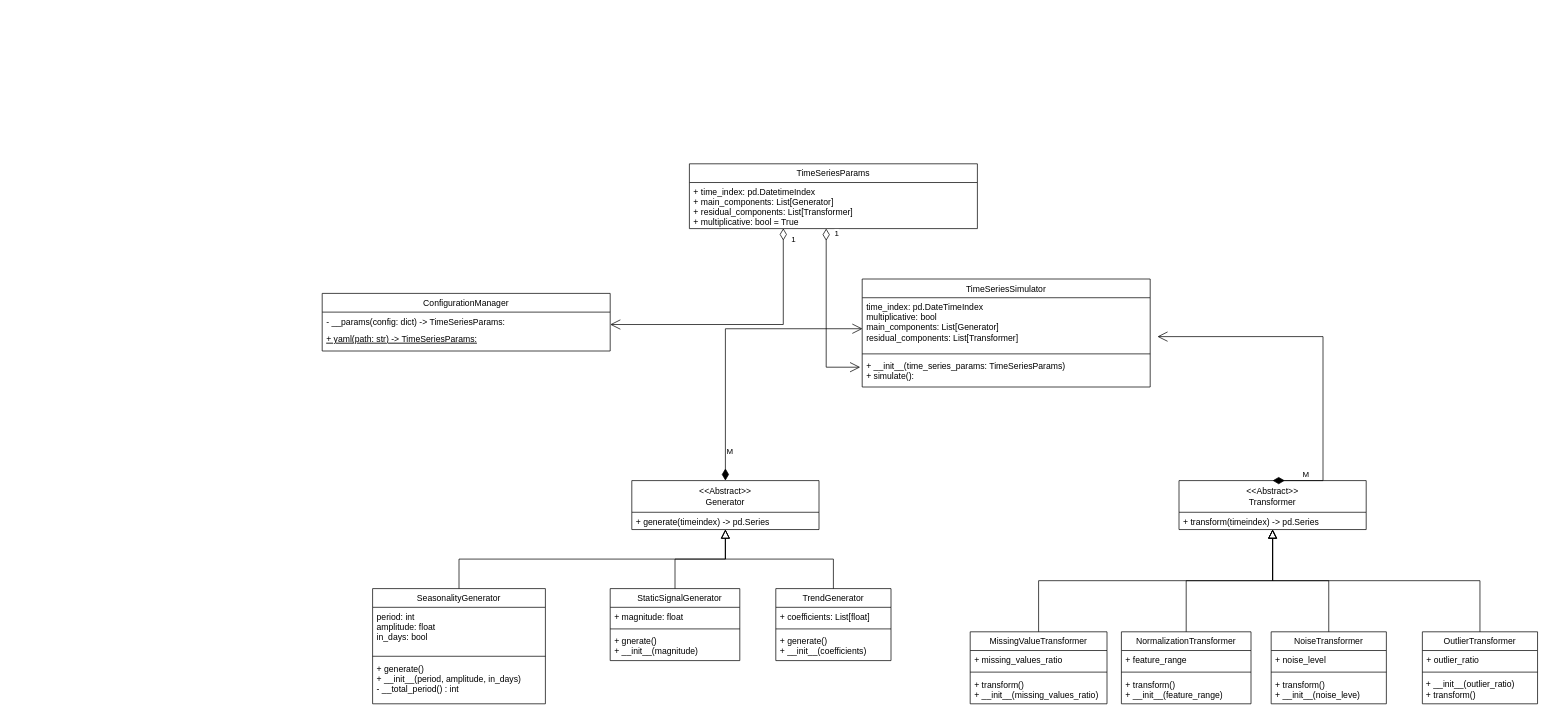
Before: SWE principles/timeseries_simulator.drawio in MMostafa-Hub/GS-Headway-Data-Track, a draw.io diagram. Source tidied: cells renumbered, new cells numbered last; positions are measured from the earlier drawing's top-left corner, leaving out a move shared by most shapes. Both pictures are drawn from the tidied source at 72%, with x=0, y=0 at pixel (322, 163).
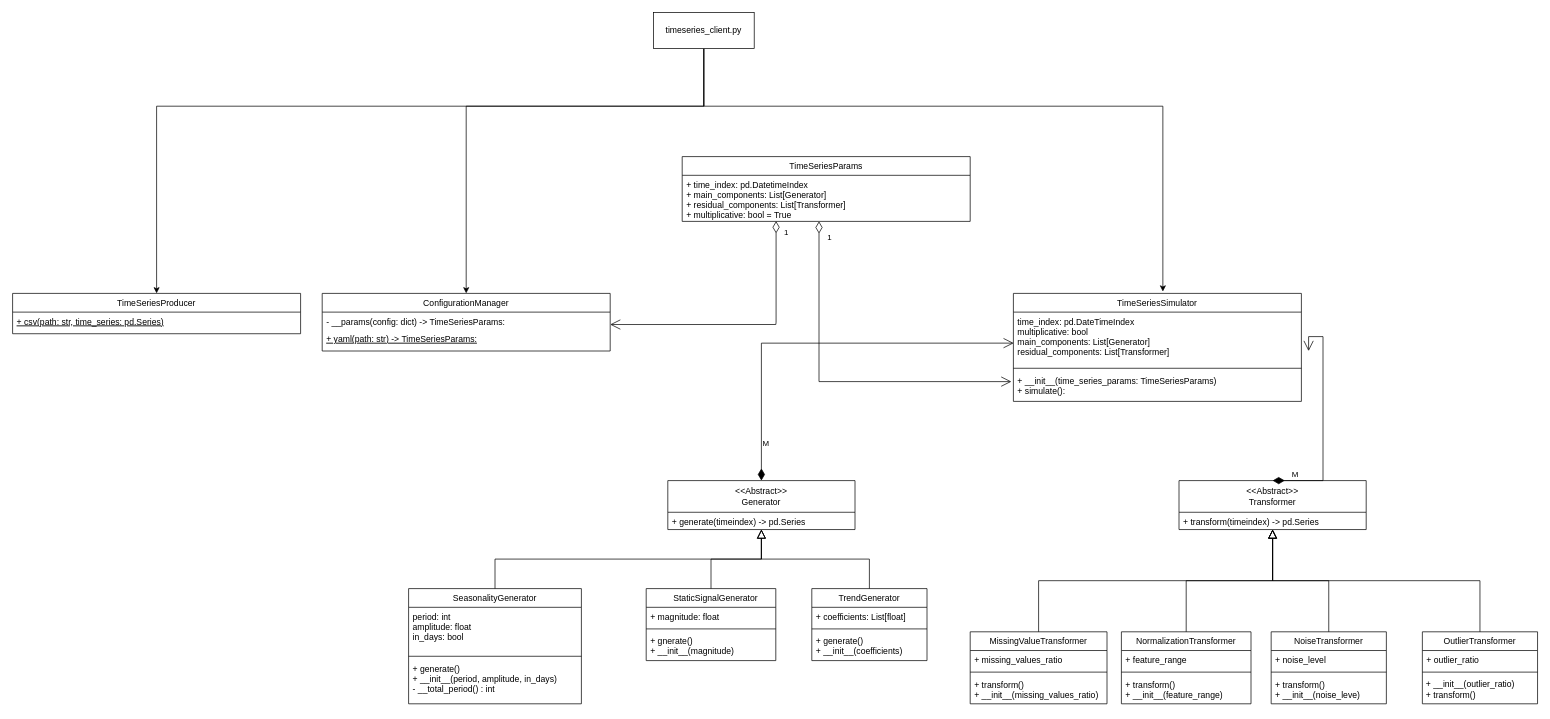
The same diagram, later.

Commit message:
Finalize the UML diagram

The change refers to these unchanged cells:
```xml
<mxCell id="5" value="+ __init__(time_series_params: TimeSeriesParams) &#10;+ simulate(): &#10;" style="text;align=left;verticalAlign=top;spacingLeft=4;spacingRight=4;overflow=hidden;points=[[0,0.5],[1,0.5]];portConstraint=eastwest;" parent="2" vertex="1">
  <mxGeometry y="108" width="400" height="40" as="geometry" />
</mxCell>
<mxCell id="47" value="ConfigurationManager" style="swimlane;fontStyle=0;align=center;verticalAlign=top;horizontal=1;startSize=26;rounded=0;shadow=0;strokeWidth=1;" parent="1" vertex="1">
  <mxGeometry y="180" width="400" height="80" as="geometry" />
</mxCell>
<mxCell id="48" value="- __params(config: dict) -&gt; TimeSeriesParams:&#10;" style="text;align=left;verticalAlign=top;spacingLeft=4;spacingRight=4;overflow=hidden;points=[[0,0.5],[1,0.5]];portConstraint=eastwest;" parent="47" vertex="1">
  <mxGeometry y="26" width="400" height="24" as="geometry" />
</mxCell>
<mxCell id="51" value="+ time_index: pd.DatetimeIndex&#10;+ main_components: List[Generator]&#10;+ residual_components: List[Transformer]&#10;+ multiplicative: bool = True" style="text;align=left;verticalAlign=top;spacingLeft=4;spacingRight=4;overflow=hidden;points=[[0,0.5],[1,0.5]];portConstraint=eastwest;" parent="50" vertex="1">
  <mxGeometry y="26" width="400" height="64" as="geometry" />
</mxCell>
```

The edit, as a diff of the source:
```diff
@@
     <mxCell id="2" value="TimeSeriesSimulator" style="swimlane;fontStyle=0;align=center;verticalAlign=top;horizontal=1;startSize=26;rounded=0;shadow=0;strokeWidth=1;" parent="1" vertex="1">
-      <mxGeometry x="750" y="160" width="400" height="150" as="geometry" />
+      <mxGeometry x="960" y="180" width="400" height="150" as="geometry" />
     </mxCell>
@@
     <mxCell id="29" value="TrendGenerator" style="swimlane;fontStyle=0;align=center;verticalAlign=top;horizontal=1;startSize=26;rounded=0;shadow=0;strokeWidth=1;" parent="1" vertex="1">
-      <mxGeometry x="630" y="590" width="160" height="100" as="geometry" />
+      <mxGeometry x="680" y="590" width="160" height="100" as="geometry" />
     </mxCell>
@@
     <mxCell id="34" value="&amp;lt;&amp;lt;Abstract&amp;gt;&amp;gt;&lt;br&gt;Generator" style="swimlane;fontStyle=0;horizontal=1;startSize=44;fillColor=none;whiteSpace=wrap;html=1;" parent="1" vertex="1">
-      <mxGeometry x="430" y="440" width="260" height="68" as="geometry" />
+      <mxGeometry x="480" y="440" width="260" height="68" as="geometry" />
     </mxCell>
@@
     <mxCell id="36" value="    StaticSignalGenerator" style="swimlane;fontStyle=0;align=center;verticalAlign=top;horizontal=1;startSize=26;rounded=0;shadow=0;strokeWidth=1;" parent="1" vertex="1">
-      <mxGeometry x="400" y="590" width="180" height="100" as="geometry" />
+      <mxGeometry x="450" y="590" width="180" height="100" as="geometry" />
     </mxCell>
@@
     <mxCell id="41" value="SeasonalityGenerator" style="swimlane;fontStyle=0;align=center;verticalAlign=top;horizontal=1;startSize=26;rounded=0;shadow=0;strokeWidth=1;" parent="1" vertex="1">
-      <mxGeometry x="70" y="590" width="240" height="160" as="geometry" />
+      <mxGeometry x="120" y="590" width="240" height="160" as="geometry" />
     </mxCell>
@@
     <mxCell id="50" value="TimeSeriesParams" style="swimlane;fontStyle=0;align=center;verticalAlign=top;horizontal=1;startSize=26;rounded=0;shadow=0;strokeWidth=1;" parent="1" vertex="1">
-      <mxGeometry x="510" width="400" height="90" as="geometry" />
+      <mxGeometry x="500" y="-10" width="400" height="90" as="geometry" />
     </mxCell>
@@
     <mxCell id="52" value="1" style="endArrow=open;html=1;endSize=12;startArrow=diamondThin;startSize=14;startFill=0;edgeStyle=orthogonalEdgeStyle;align=left;verticalAlign=bottom;rounded=0;exitX=0.475;exitY=0.999;exitDx=0;exitDy=0;exitPerimeter=0;entryX=-0.007;entryY=0.363;entryDx=0;entryDy=0;entryPerimeter=0;" parent="1" edge="1" source="51" target="5">
       <mxGeometry x="-0.87" y="10" relative="1" as="geometry">
         <Array as="points">
-          <mxPoint x="700" y="283" />
+          <mxPoint x="690" y="303" />
         </Array>
       </mxGeometry>
     </mxCell>
     <mxCell id="53" value="1" style="endArrow=open;html=1;endSize=12;startArrow=diamondThin;startSize=14;startFill=0;edgeStyle=orthogonalEdgeStyle;align=left;verticalAlign=bottom;rounded=0;entryX=1;entryY=0.718;entryDx=0;entryDy=0;entryPerimeter=0;exitX=0.326;exitY=0.994;exitDx=0;exitDy=0;exitPerimeter=0;" parent="1" edge="1" source="51" target="48">
       <mxGeometry x="-0.87" y="10" relative="1" as="geometry">
         <Array as="points">
-          <mxPoint x="640" y="223" />
+          <mxPoint x="630" y="220" />
+          <mxPoint x="630" y="223" />
         </Array>
       </mxGeometry>
     </mxCell>
+    <mxCell id="54" value="TimeSeriesProducer" style="swimlane;fontStyle=0;align=center;verticalAlign=top;horizontal=1;startSize=26;rounded=0;shadow=0;strokeWidth=1;" parent="1" vertex="1">
+      <mxGeometry x="-430" y="180" width="400" height="56" as="geometry" />
+    </mxCell>
+    <mxCell id="55" value="+ csv(path: str, time_series: pd.Series)" style="text;align=left;verticalAlign=top;spacingLeft=4;spacingRight=4;overflow=hidden;fontStyle=4;" parent="54" vertex="1">
+      <mxGeometry y="26" width="400" height="30" as="geometry" />
+    </mxCell>
+    <mxCell id="56" style="edgeStyle=orthogonalEdgeStyle;rounded=0;jettySize=auto;html=1;entryX=0.5;entryY=0;entryDx=0;entryDy=0;exitX=0.5;exitY=1;exitDx=0;exitDy=0;" parent="1" edge="1" source="59" target="54">
+      <mxGeometry relative="1" as="geometry">
+        <Array as="points">
+          <mxPoint x="530" y="-80" />
+          <mxPoint x="-230" y="-80" />
+        </Array>
+      </mxGeometry>
+    </mxCell>
+    <mxCell id="57" style="edgeStyle=orthogonalEdgeStyle;rounded=0;jettySize=auto;html=1;exitX=0.5;exitY=1;exitDx=0;exitDy=0;entryX=0.5;entryY=0;entryDx=0;entryDy=0;" parent="1" edge="1" source="59" target="47">
+      <mxGeometry relative="1" as="geometry">
+        <Array as="points">
+          <mxPoint x="530" y="-80" />
+          <mxPoint x="200" y="-80" />
+        </Array>
+      </mxGeometry>
+    </mxCell>
+    <mxCell id="58" style="edgeStyle=orthogonalEdgeStyle;rounded=0;jettySize=auto;html=1;entryX=0.519;entryY=-0.017;entryDx=0;entryDy=0;entryPerimeter=0;" parent="1" edge="1" source="59" target="2">
+      <mxGeometry relative="1" as="geometry">
+        <Array as="points">
+          <mxPoint x="530" y="-80" />
+          <mxPoint x="1168" y="-80" />
+        </Array>
+      </mxGeometry>
+    </mxCell>
+    <mxCell id="59" value="timeseries_client.py" style="html=1;whiteSpace=wrap;" parent="1" vertex="1">
+      <mxGeometry x="460" y="-210" width="140" height="50" as="geometry" />
+    </mxCell>
```
